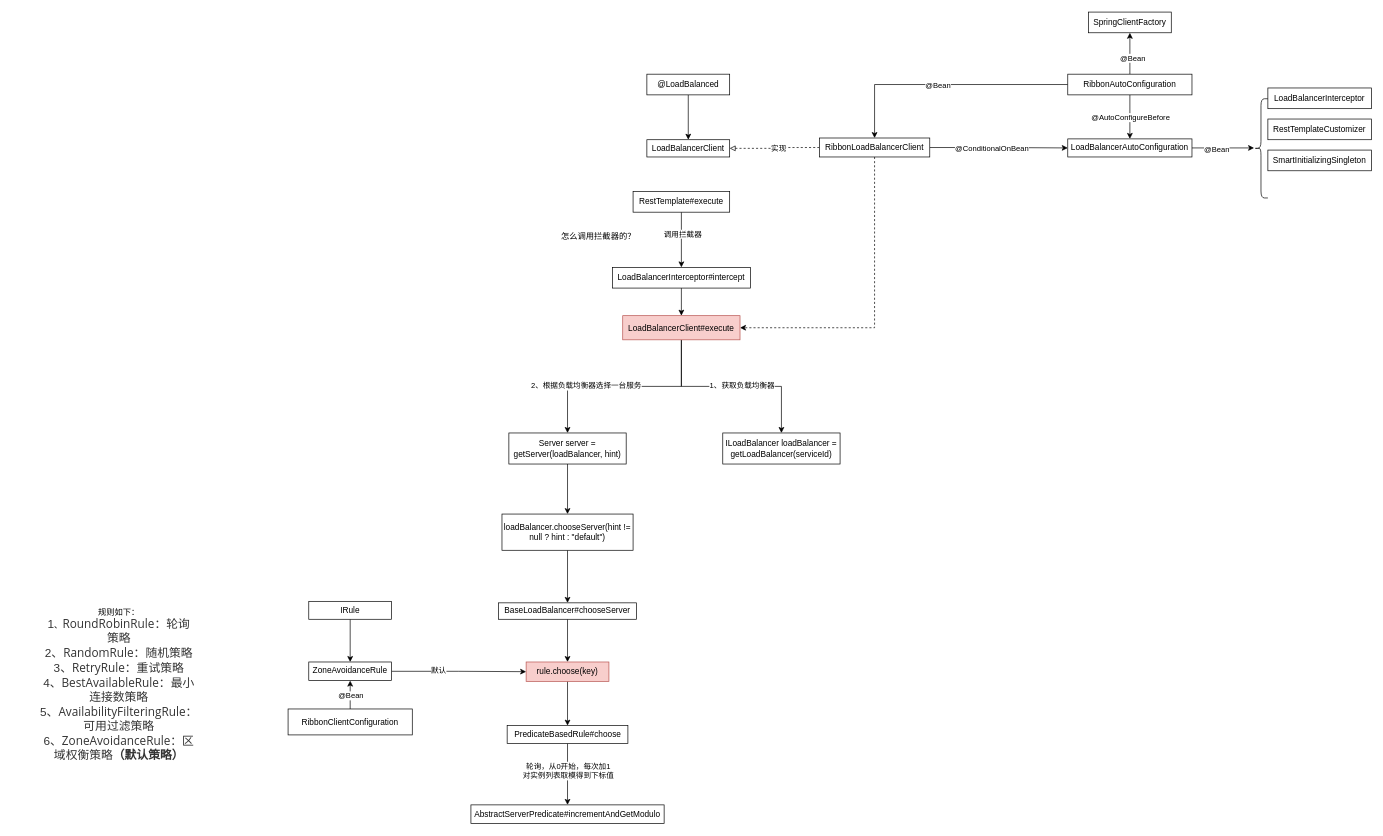
The draw.io diagram Ribbon源码分析.drawio in linbingxing/mind, before the edit. Source tidied: cells renumbered, new cells numbered last; positions are measured from the earlier drawing's top-left corner, leaving out a move shared by most shapes. Both pictures are drawn from the tidied source at 69%, with x=0, y=0 at pixel (12, 12).
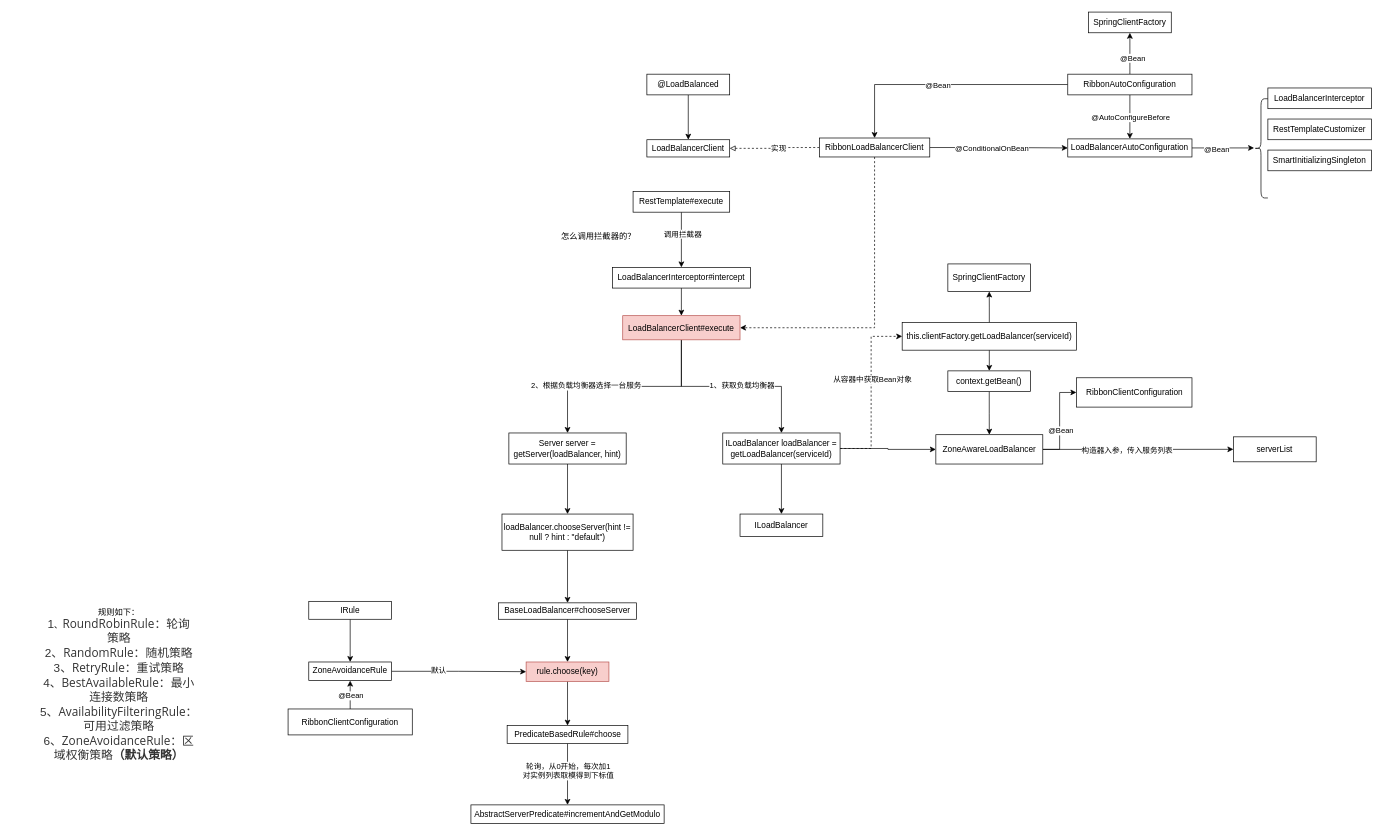
After the change.

Commit message (it also covers changes not shown here):
更新Ribbon源码分析.drawio

Unchanged cells that the change refers to:
```xml
<mxCell id="38" value="ILoadBalancer loadBalancer = getLoadBalancer(serviceId)" style="whiteSpace=wrap;html=1;rounded=0;" parent="1" vertex="1">
  <mxGeometry x="1030" y="610" width="170" height="45" as="geometry" />
</mxCell>
```

Change to the diagram source:
```diff
@@
+    <mxCell id="60" style="edgeStyle=orthogonalEdgeStyle;rounded=0;jettySize=auto;html=1;endArrow=classic;endFill=1;" parent="1" edge="1" source="38" target="64">
+      <mxGeometry relative="1" as="geometry" />
+    </mxCell>
+    <mxCell id="61" style="edgeStyle=orthogonalEdgeStyle;rounded=0;jettySize=auto;html=1;endArrow=classic;endFill=1;" parent="1" edge="1" source="38" target="69">
+      <mxGeometry relative="1" as="geometry" />
+    </mxCell>
+    <mxCell id="62" style="edgeStyle=orthogonalEdgeStyle;rounded=0;jettySize=auto;html=1;entryX=0;entryY=0.5;entryDx=0;entryDy=0;endArrow=classic;endFill=1;dashed=1;" parent="1" edge="1" source="38" target="73">
+      <mxGeometry relative="1" as="geometry" />
+    </mxCell>
+    <mxCell id="63" value="从容器中获取Bean对象" style="edgeLabel;html=1;align=center;verticalAlign=middle;" parent="62" vertex="1">
+      <mxGeometry x="0.15" y="-1" relative="1" as="geometry" />
+    </mxCell>
@@
+    <mxCell id="64" value="&lt;span&gt;ILoadBalancer&lt;/span&gt;" style="whiteSpace=wrap;html=1;rounded=0;" parent="1" vertex="1">
+      <mxGeometry x="1055" y="727.5" width="120" height="32.5" as="geometry" />
+    </mxCell>
+    <mxCell id="65" style="edgeStyle=orthogonalEdgeStyle;rounded=0;jettySize=auto;html=1;endArrow=classic;endFill=1;entryX=0;entryY=0.5;entryDx=0;entryDy=0;" parent="1" edge="1" source="69" target="70">
+      <mxGeometry relative="1" as="geometry" />
+    </mxCell>
+    <mxCell id="66" value="@Bean" style="edgeLabel;html=1;align=center;verticalAlign=middle;" parent="65" vertex="1">
+      <mxGeometry x="-0.19" y="-1" relative="1" as="geometry">
+        <mxPoint y="1" as="offset" />
+      </mxGeometry>
+    </mxCell>
+    <mxCell id="67" style="edgeStyle=orthogonalEdgeStyle;rounded=0;jettySize=auto;html=1;endArrow=classic;endFill=1;" parent="1" edge="1" source="69" target="77">
+      <mxGeometry relative="1" as="geometry" />
+    </mxCell>
+    <mxCell id="68" value="构造器入参，传入服务列表" style="edgeLabel;html=1;align=center;verticalAlign=middle;" parent="67" vertex="1">
+      <mxGeometry x="-0.12" y="-2" relative="1" as="geometry" />
+    </mxCell>
+    <mxCell id="69" value="ZoneAwareLoadBalancer" style="whiteSpace=wrap;html=1;rounded=0;" parent="1" vertex="1">
+      <mxGeometry x="1338.8" y="612.5" width="155" height="42.5" as="geometry" />
+    </mxCell>
+    <mxCell id="70" value="RibbonClientConfiguration" style="whiteSpace=wrap;html=1;rounded=0;" parent="1" vertex="1">
+      <mxGeometry x="1542.5" y="530" width="167.5" height="42.5" as="geometry" />
+    </mxCell>
+    <mxCell id="71" style="edgeStyle=orthogonalEdgeStyle;rounded=0;jettySize=auto;html=1;endArrow=classic;endFill=1;" parent="1" edge="1" source="73" target="74">
+      <mxGeometry relative="1" as="geometry" />
+    </mxCell>
+    <mxCell id="72" style="edgeStyle=orthogonalEdgeStyle;rounded=0;jettySize=auto;html=1;endArrow=classic;endFill=1;" parent="1" edge="1" source="73" target="76">
+      <mxGeometry relative="1" as="geometry" />
+    </mxCell>
+    <mxCell id="73" value="this.clientFactory.getLoadBalancer(serviceId)" style="whiteSpace=wrap;html=1;rounded=0;" parent="1" vertex="1">
+      <mxGeometry x="1290" y="450" width="252.5" height="40" as="geometry" />
+    </mxCell>
+    <mxCell id="74" value="SpringClientFactory" style="whiteSpace=wrap;html=1;rounded=0;" parent="1" vertex="1">
+      <mxGeometry x="1356.2" y="365" width="120" height="40" as="geometry" />
+    </mxCell>
+    <mxCell id="75" style="edgeStyle=orthogonalEdgeStyle;rounded=0;jettySize=auto;html=1;entryX=0.5;entryY=0;entryDx=0;entryDy=0;endArrow=classic;endFill=1;" parent="1" edge="1" source="76" target="69">
+      <mxGeometry relative="1" as="geometry" />
+    </mxCell>
+    <mxCell id="76" value="context.getBean()" style="whiteSpace=wrap;html=1;rounded=0;" parent="1" vertex="1">
+      <mxGeometry x="1356.2" y="520" width="120" height="30" as="geometry" />
+    </mxCell>
+    <mxCell id="77" value="serverList" style="whiteSpace=wrap;html=1;rounded=0;" parent="1" vertex="1">
+      <mxGeometry x="1770" y="615.6" width="120" height="36.2" as="geometry" />
+    </mxCell>
```
